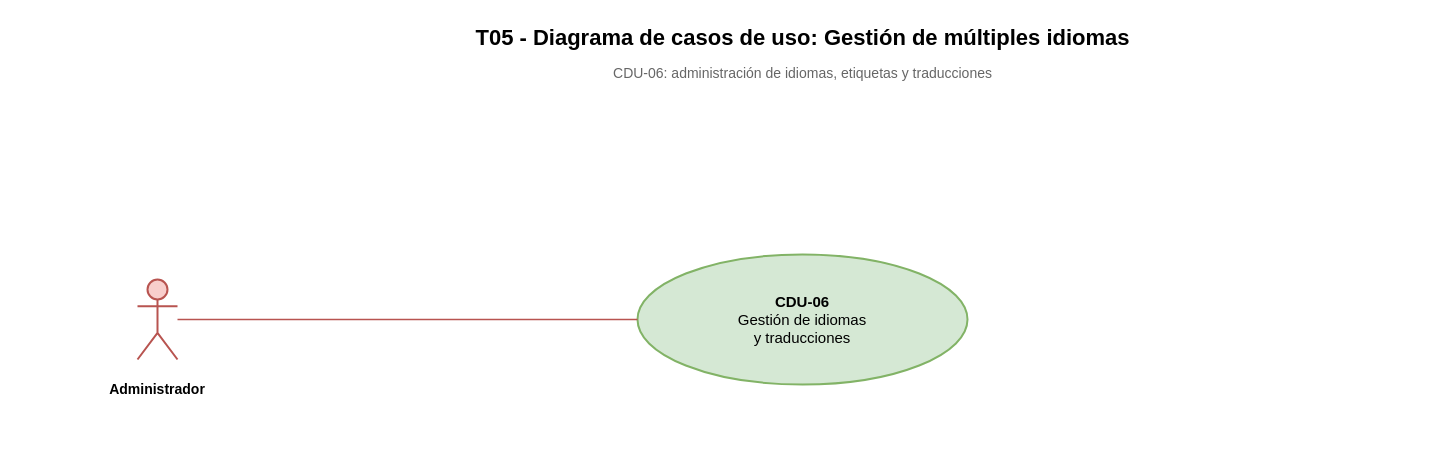
Earlier version of the draw.io diagram Diagramas/Casos de Uso/T05 - CDU-06 - Gestión de idiomas y traducciones - Casos de uso.drawio (juanNH/Ingenieria-de-Software). Source tidied: cells renumbered, new cells numbered last; positions are measured from the earlier drawing's top-left corner, leaving out a move shared by most shapes. Both pictures are drawn from the tidied source at 100%, with x=0, y=0 at pixel (17, 17).
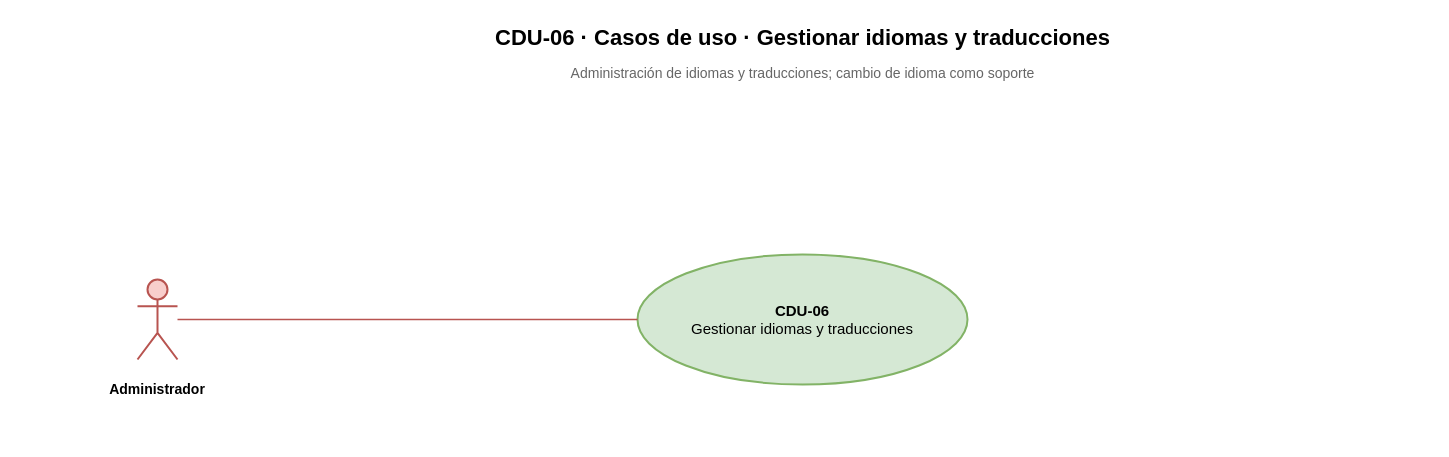
The same diagram, later.

Diff of the diagram source:
```diff
@@
 <mxGraphModel>
   <root>
     <mxCell id="0" />
     <mxCell id="1" parent="0" />
-    <mxCell id="2" value="T05 - Diagrama de casos de uso: Gestión de múltiples idiomas" style="text;html=1;strokeColor=none;fillColor=none;fontStyle=1;fontSize=22;align=center;verticalAlign=middle;fontFamily=Arial;" parent="1" vertex="1">
+    <mxCell id="2" value="CDU-06 · Casos de uso · Gestionar idiomas y traducciones" style="text;html=1;strokeColor=none;fillColor=none;fontStyle=1;fontSize=22;align=center;verticalAlign=middle;fontFamily=Arial;" parent="1" vertex="1">
       <mxGeometry x="155" width="1260" height="42" as="geometry" />
     </mxCell>
-    <mxCell id="3" value="CDU-06: administración de idiomas, etiquetas y traducciones" style="text;html=1;strokeColor=none;fillColor=none;fontSize=14;align=center;verticalAlign=middle;fontColor=#666666;fontFamily=Arial;" parent="1" vertex="1">
+    <mxCell id="3" value="Administración de idiomas y traducciones; cambio de idioma como soporte" style="text;html=1;strokeColor=none;fillColor=none;fontSize=14;align=center;verticalAlign=middle;fontColor=#666666;fontFamily=Arial;" parent="1" vertex="1">
       <mxGeometry x="335" y="42" width="900" height="28" as="geometry" />
     </mxCell>
-    <mxCell id="4" value="&lt;b&gt;CDU-06&lt;/b&gt;&lt;br&gt;Gestión de idiomas&lt;br&gt;y traducciones" style="ellipse;whiteSpace=wrap;html=1;fillColor=#d5e8d4;strokeColor=#82b366;strokeWidth=2;fontSize=15;fontFamily=Arial;align=center;verticalAlign=middle;" parent="1" vertex="1">
+    <mxCell id="4" value="&lt;b&gt;CDU-06&lt;/b&gt;&lt;br&gt;Gestionar idiomas y traducciones" style="ellipse;whiteSpace=wrap;html=1;fillColor=#d5e8d4;strokeColor=#82b366;strokeWidth=2;fontSize=15;fontFamily=Arial;align=center;verticalAlign=middle;" parent="1" vertex="1">
       <mxGeometry x="620" y="237" width="330" height="130" as="geometry" />
     </mxCell>
     <mxCell id="5" style="shape=umlActor;html=1;fillColor=#f8cecc;strokeColor=#b85450;strokeWidth=2;" parent="1" vertex="1">
       <mxGeometry x="120" y="262" width="40" height="80" as="geometry" />
     </mxCell>
     <mxCell id="6" value="&lt;b&gt;Administrador&lt;/b&gt;" style="text;html=1;strokeColor=none;fillColor=none;fontSize=14;fontFamily=Arial;align=center;verticalAlign=top;whiteSpace=wrap;" parent="1" vertex="1">
       <mxGeometry y="357" width="280" height="66" as="geometry" />
     </mxCell>
     <mxCell id="7" style="rounded=0;html=1;endArrow=none;startArrow=none;strokeColor=#b85450;strokeWidth=1.5;exitX=1;exitY=0.5;entryX=0;entryY=0.5;" parent="1" edge="1" source="5" target="4">
       <mxGeometry relative="1" as="geometry" />
     </mxCell>
   </root>
 </mxGraphModel>
```
